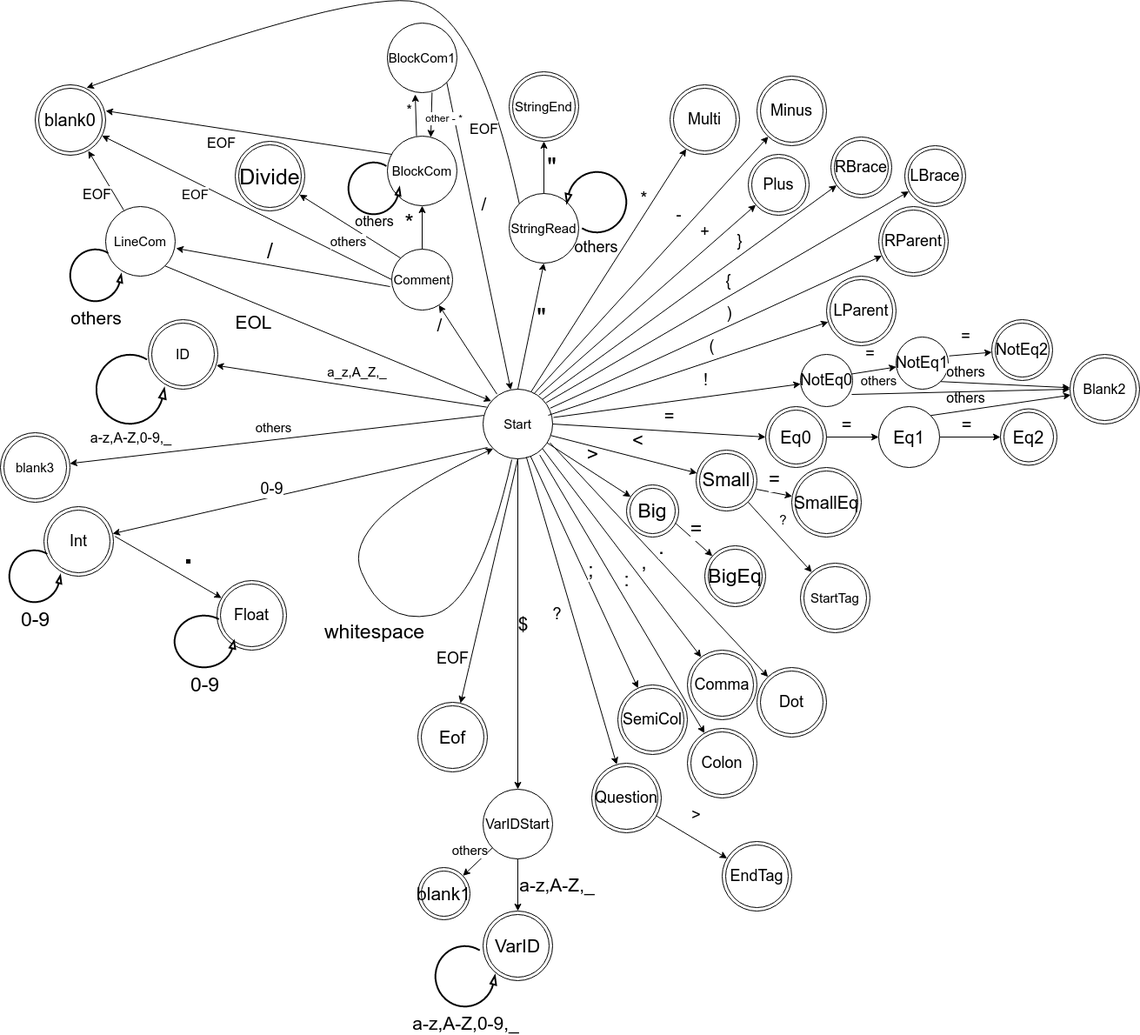
This is doc/fsm.png from xonder05/IFJ22-Compiler, a draw.io export, as it was before one commit. Source tidied: cells renumbered, new cells last; positions are measured from the earlier drawing's top-left corner, leaving out a move shared by most shapes.
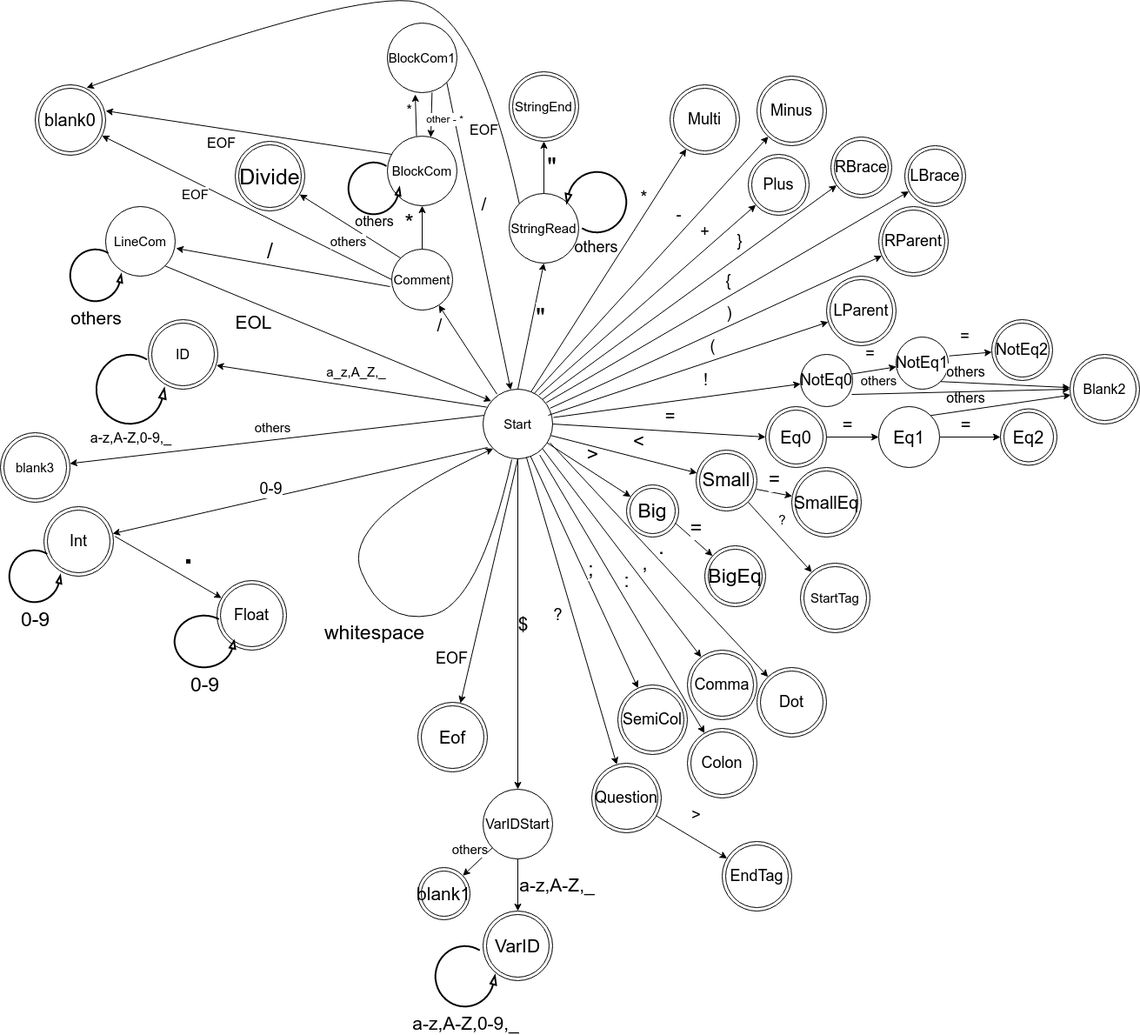
Later version of the same file.

What changed in the source:
```diff
@@ -270,9 +270,6 @@
     <mxCell id="83" value="EOF" style="endArrow=classic;html=1;rounded=0;fontSize=16;exitX=0.062;exitY=0.262;exitDx=0;exitDy=0;exitPerimeter=0;entryX=1;entryY=0.37;entryDx=0;entryDy=0;entryPerimeter=0;" parent="1" edge="1" source="21" target="81">
       <mxGeometry x="0.18" y="17" relative="1" as="geometry" />
     </mxCell>
-    <mxCell id="84" value="EOF" style="endArrow=classic;html=1;rounded=0;fontSize=16;entryX=0.753;entryY=0.938;entryDx=0;entryDy=0;entryPerimeter=0;exitX=0.26;exitY=0.051;exitDx=0;exitDy=0;exitPerimeter=0;" parent="1" edge="1" source="20" target="81">
-      <mxGeometry x="-0.21" y="17" relative="1" as="geometry" />
-    </mxCell>
     <mxCell id="85" value="EOF" style="curved=1;endArrow=classic;html=1;rounded=0;fontSize=16;entryX=0.728;entryY=0.043;entryDx=0;entryDy=0;entryPerimeter=0;exitX=0;exitY=0;exitDx=0;exitDy=0;" parent="1" edge="1" source="5" target="81">
       <mxGeometry x="-0.74" y="22" relative="1" as="geometry">
         <Array as="points">
```
